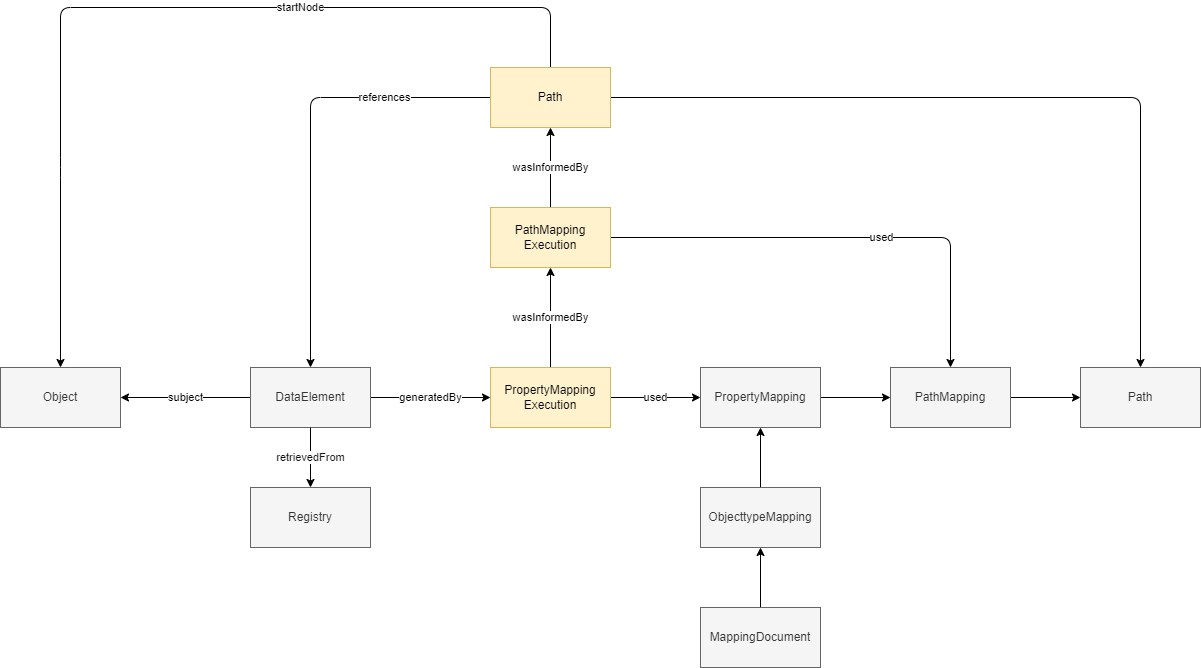
Geonovum/IMX-LineageModel keeps this draw.io diagram as media/level4.1.png. Above is the earlier version. Source tidied: cells renumbered, new cells last; positions are measured from the earlier drawing's top-left corner, leaving out a move shared by most shapes. Source of this version:
```xml
<mxGraphModel background="#ffffff">
  <root>
    <mxCell id="0" />
    <mxCell id="1" parent="0" />
    <mxCell id="2" value="subject" style="edgeStyle=none;html=1;fontColor=#000000;" parent="1" edge="1" source="4" target="8">
      <mxGeometry relative="1" as="geometry" />
    </mxCell>
    <mxCell id="3" value="generatedBy" style="edgeStyle=none;html=1;" parent="1" edge="1" source="4" target="7">
      <mxGeometry relative="1" as="geometry" />
    </mxCell>
    <mxCell id="4" value="Gegeven" style="rounded=0;whiteSpace=wrap;html=1;" parent="1" vertex="1">
      <mxGeometry x="250" y="360" width="120" height="60" as="geometry" />
    </mxCell>
    <mxCell id="5" value="wasInformedBy" style="edgeStyle=none;html=1;" parent="1" edge="1" source="7" target="22">
      <mxGeometry relative="1" as="geometry" />
    </mxCell>
    <mxCell id="6" value="used" style="edgeStyle=none;html=1;entryX=0;entryY=0.5;entryDx=0;entryDy=0;" parent="1" edge="1" source="7" target="26">
      <mxGeometry relative="1" as="geometry" />
    </mxCell>
    <mxCell id="7" value="PropertyMapping&lt;br&gt;Execution" style="rounded=0;whiteSpace=wrap;html=1;fillColor=#fff2cc;strokeColor=#d6b656;" parent="1" vertex="1">
      <mxGeometry x="490" y="360" width="120" height="60" as="geometry" />
    </mxCell>
    <mxCell id="8" value="Object" style="rounded=0;whiteSpace=wrap;html=1;" parent="1" vertex="1">
      <mxGeometry y="360" width="120" height="60" as="geometry" />
    </mxCell>
    <mxCell id="9" value="Object" style="rounded=0;whiteSpace=wrap;html=1;fillColor=#f5f5f5;fontColor=#333333;strokeColor=#666666;" parent="1" vertex="1">
      <mxGeometry y="360" width="120" height="60" as="geometry" />
    </mxCell>
    <mxCell id="10" value="DataElement" style="rounded=0;whiteSpace=wrap;html=1;fillColor=#f5f5f5;fontColor=#333333;strokeColor=#666666;" parent="1" vertex="1">
      <mxGeometry x="250" y="360" width="120" height="60" as="geometry" />
    </mxCell>
    <mxCell id="11" style="edgeStyle=none;html=1;" parent="1" edge="1" source="12" target="17">
      <mxGeometry relative="1" as="geometry" />
    </mxCell>
    <mxCell id="12" value="MappingDocument" style="rounded=0;whiteSpace=wrap;html=1;fillColor=#f5f5f5;fontColor=#333333;strokeColor=#666666;" parent="1" vertex="1">
      <mxGeometry x="700" y="600" width="120" height="60" as="geometry" />
    </mxCell>
    <mxCell id="13" style="edgeStyle=none;html=1;" parent="1" edge="1" source="14" target="15">
      <mxGeometry relative="1" as="geometry" />
    </mxCell>
    <mxCell id="14" value="PathMapping" style="rounded=0;whiteSpace=wrap;html=1;fillColor=#f5f5f5;fontColor=#333333;strokeColor=#666666;" parent="1" vertex="1">
      <mxGeometry x="890" y="360" width="120" height="60" as="geometry" />
    </mxCell>
    <mxCell id="15" value="Path" style="rounded=0;whiteSpace=wrap;html=1;fillColor=#f5f5f5;fontColor=#333333;strokeColor=#666666;" parent="1" vertex="1">
      <mxGeometry x="1080" y="360" width="120" height="60" as="geometry" />
    </mxCell>
    <mxCell id="16" style="edgeStyle=none;html=1;entryX=0.5;entryY=1;entryDx=0;entryDy=0;" parent="1" edge="1" source="17" target="26">
      <mxGeometry relative="1" as="geometry" />
    </mxCell>
    <mxCell id="17" value="ObjecttypeMapping" style="rounded=0;whiteSpace=wrap;html=1;fillColor=#f5f5f5;fontColor=#333333;strokeColor=#666666;" parent="1" vertex="1">
      <mxGeometry x="700" y="480" width="120" height="60" as="geometry" />
    </mxCell>
    <mxCell id="18" value="used" style="edgeStyle=none;html=1;entryX=0.5;entryY=0;entryDx=0;entryDy=0;" parent="1" edge="1" source="22" target="14">
      <mxGeometry x="0.15" relative="1" as="geometry">
        <Array as="points">
          <mxPoint x="950" y="230" />
        </Array>
      </mxGeometry>
    </mxCell>
    <mxCell id="19" value="references" style="edgeStyle=none;html=1;startArrow=none;" parent="1" edge="1" source="28" target="10">
      <mxGeometry x="-0.52" relative="1" as="geometry">
        <Array as="points">
          <mxPoint x="310" y="90" />
        </Array>
        <mxPoint x="1" as="offset" />
      </mxGeometry>
    </mxCell>
    <mxCell id="20" value="startNode" style="edgeStyle=none;html=1;exitX=0.5;exitY=0;exitDx=0;exitDy=0;" parent="1" edge="1" source="28" target="9">
      <mxGeometry x="-0.32" relative="1" as="geometry">
        <Array as="points">
          <mxPoint x="550" />
          <mxPoint x="60" />
          <mxPoint x="60" y="160" />
        </Array>
      </mxGeometry>
    </mxCell>
    <mxCell id="21" value="wasInformedBy" style="edgeStyle=none;html=1;" parent="1" edge="1" source="22" target="28">
      <mxGeometry relative="1" as="geometry" />
    </mxCell>
    <mxCell id="22" value="PathMapping&lt;br&gt;Execution" style="whiteSpace=wrap;html=1;fillColor=#fff2cc;strokeColor=#d6b656;" parent="1" vertex="1">
      <mxGeometry x="490" y="200" width="120" height="60" as="geometry" />
    </mxCell>
    <mxCell id="23" value="retrievedFrom" style="edgeStyle=none;html=1;fontColor=#121111;" parent="1" edge="1" source="10" target="24">
      <mxGeometry relative="1" as="geometry" />
    </mxCell>
    <mxCell id="24" value="Registry" style="rounded=0;whiteSpace=wrap;html=1;fillColor=#f5f5f5;fontColor=#333333;strokeColor=#666666;" parent="1" vertex="1">
      <mxGeometry x="250" y="480" width="120" height="60" as="geometry" />
    </mxCell>
    <mxCell id="25" style="edgeStyle=none;html=1;" parent="1" edge="1" source="26" target="14">
      <mxGeometry relative="1" as="geometry" />
    </mxCell>
    <mxCell id="26" value="PropertyMapping" style="rounded=0;whiteSpace=wrap;html=1;fillColor=#f5f5f5;fontColor=#333333;strokeColor=#666666;" parent="1" vertex="1">
      <mxGeometry x="700" y="360" width="120" height="60" as="geometry" />
    </mxCell>
    <mxCell id="27" style="edgeStyle=none;html=1;" parent="1" edge="1" source="28" target="15">
      <mxGeometry relative="1" as="geometry">
        <Array as="points">
          <mxPoint x="1140" y="90" />
        </Array>
      </mxGeometry>
    </mxCell>
    <mxCell id="28" value="Path" style="whiteSpace=wrap;html=1;fillColor=#fff2cc;strokeColor=#d6b656;" parent="1" vertex="1">
      <mxGeometry x="490" y="60" width="120" height="60" as="geometry" />
    </mxCell>
  </root>
</mxGraphModel>
```
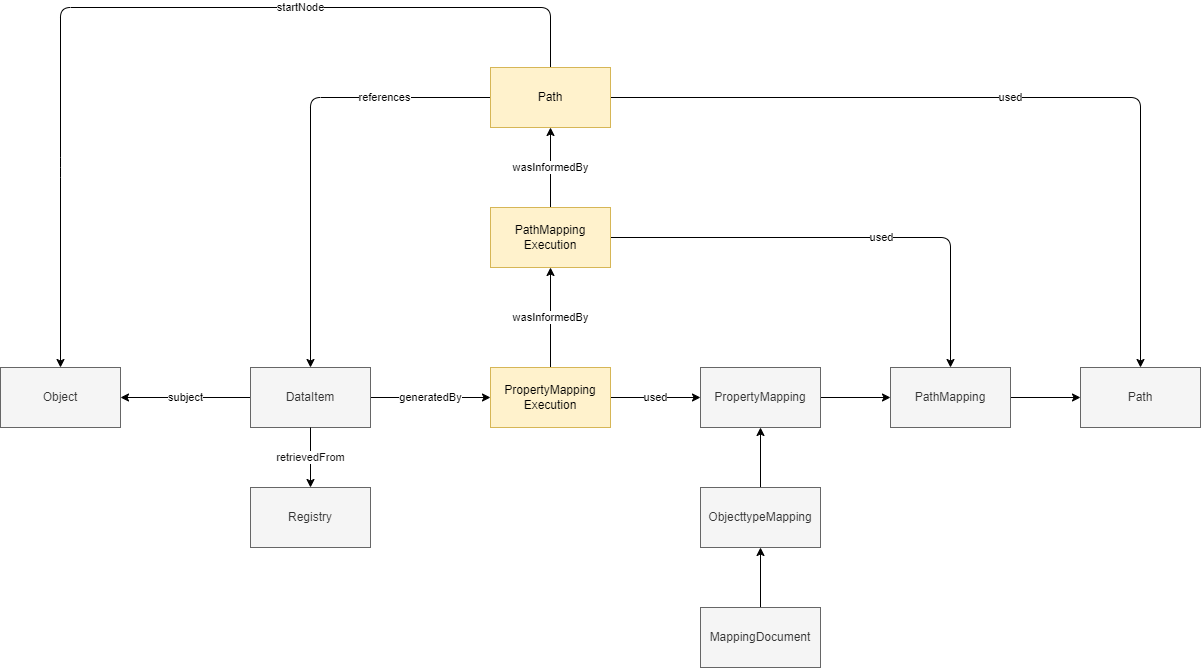
After the change.

What changed in the source:
```diff
@@ -26,7 +26,7 @@
     <mxCell id="9" value="Object" style="rounded=0;whiteSpace=wrap;html=1;fillColor=#f5f5f5;fontColor=#333333;strokeColor=#666666;" parent="1" vertex="1">
       <mxGeometry y="360" width="120" height="60" as="geometry" />
     </mxCell>
-    <mxCell id="10" value="DataElement" style="rounded=0;whiteSpace=wrap;html=1;fillColor=#f5f5f5;fontColor=#333333;strokeColor=#666666;" parent="1" vertex="1">
+    <mxCell id="10" value="DataItem" style="rounded=0;whiteSpace=wrap;html=1;fillColor=#f5f5f5;fontColor=#333333;strokeColor=#666666;" parent="1" vertex="1">
       <mxGeometry x="250" y="360" width="120" height="60" as="geometry" />
     </mxCell>
     <mxCell id="11" style="edgeStyle=none;html=1;" parent="1" edge="1" source="12" target="17">
@@ -92,7 +92,7 @@
     <mxCell id="26" value="PropertyMapping" style="rounded=0;whiteSpace=wrap;html=1;fillColor=#f5f5f5;fontColor=#333333;strokeColor=#666666;" parent="1" vertex="1">
       <mxGeometry x="700" y="360" width="120" height="60" as="geometry" />
     </mxCell>
-    <mxCell id="27" style="edgeStyle=none;html=1;" parent="1" edge="1" source="28" target="15">
+    <mxCell id="27" value="used" style="edgeStyle=none;html=1;" parent="1" edge="1" source="28" target="15">
       <mxGeometry relative="1" as="geometry">
         <Array as="points">
           <mxPoint x="1140" y="90" />
```
